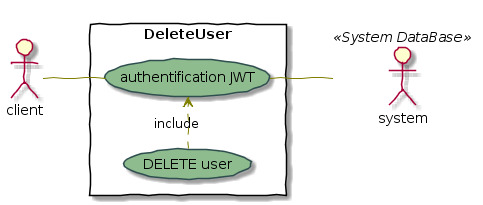
Above: docs/Uml/Diagram_use_case/Projet7_diagram_use_case_delete_user.png in siggwer/Bilemo (PlantUML), before the change.
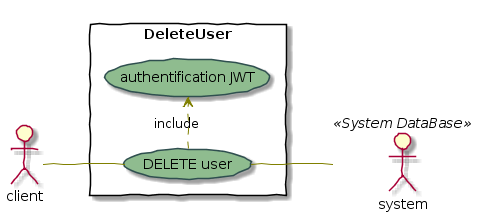
After the change.

Commit message:
modify use case diagramm

Diff of the diagram source:
```diff
@@ -21,8 +21,8 @@
 actor client
 :system: as MySql << System DataBase >>
 rectangle DeleteUser {
-  client -- (authentification JWT)
+  client -- (DELETE user)
   (DELETE user) .> (authentification JWT) : include
-  (authentification JWT)-- MySql << System DataBase >>
+  (DELETE user)-- MySql << System DataBase >>
 }
 @enduml
```
